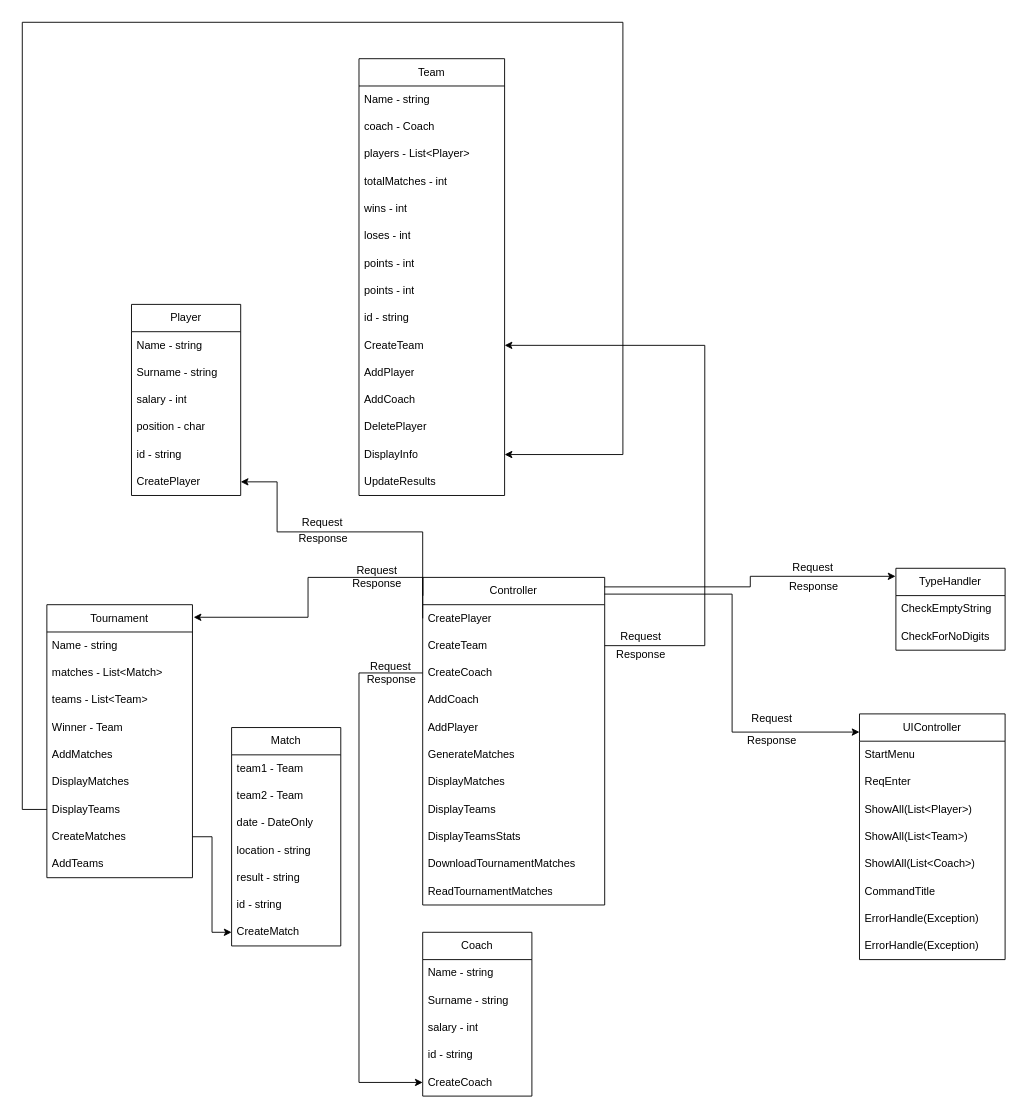
Before: HockeyTournament.drawio in GalichCZ/TournamentApp, a draw.io diagram. Source tidied: cells renumbered, new cells numbered last; positions are measured from the earlier drawing's top-left corner, leaving out a move shared by most shapes. Both pictures are drawn from the tidied source at 91%, with x=0, y=0 at pixel (22, 22).
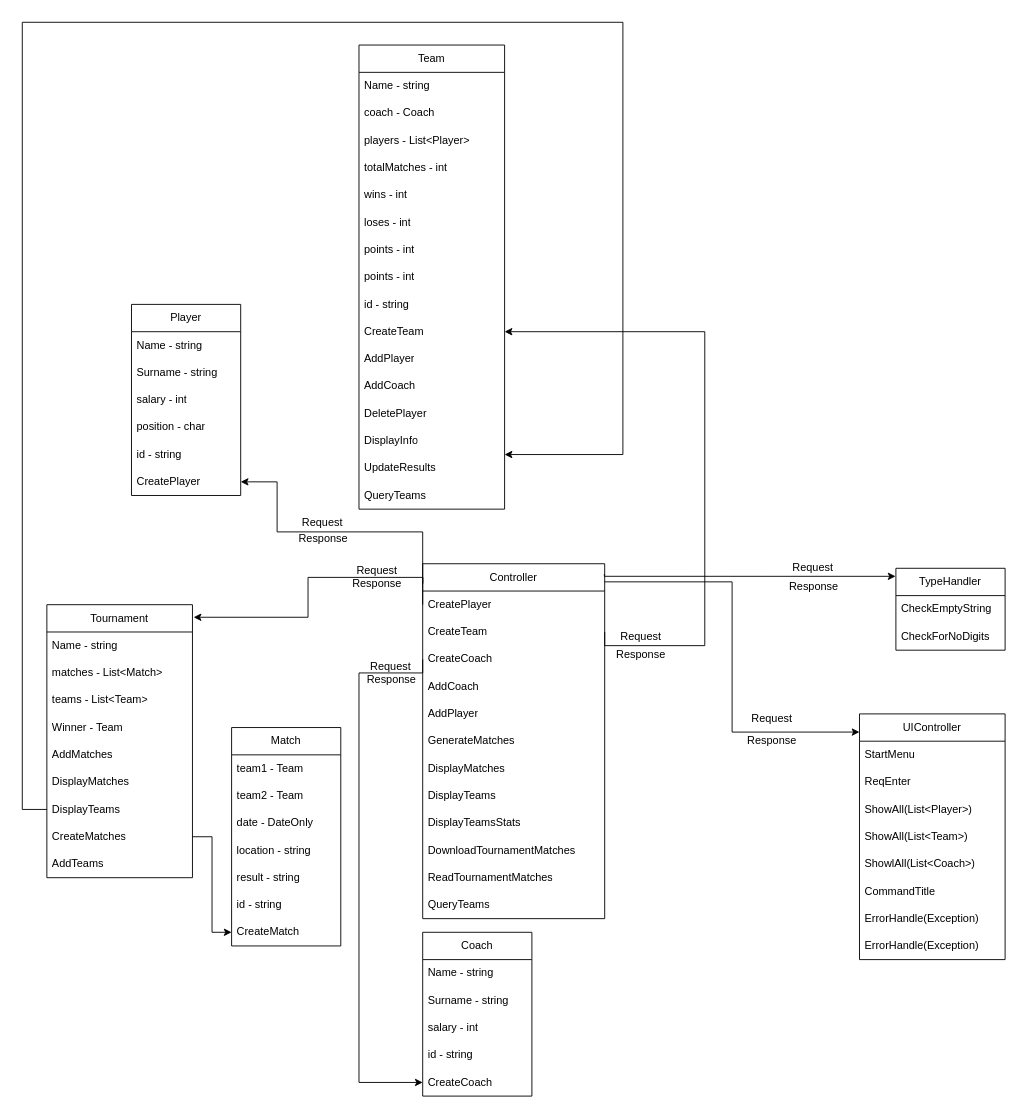
After the change.

Unchanged cells that the change refers to:
```xml
<mxCell id="4" value="CreateTeam" style="text;strokeColor=none;fillColor=none;align=left;verticalAlign=middle;spacingLeft=4;spacingRight=4;overflow=hidden;points=[[0,0.5],[1,0.5]];portConstraint=eastwest;whiteSpace=wrap;html=1;" parent="2" vertex="1">
  <mxGeometry y="60" width="200" height="30" as="geometry" />
</mxCell>
<mxCell id="49" value="CreateTeam" style="text;strokeColor=none;fillColor=none;align=left;verticalAlign=middle;spacingLeft=4;spacingRight=4;overflow=hidden;points=[[0,0.5],[1,0.5]];portConstraint=eastwest;whiteSpace=wrap;html=1;" parent="39" vertex="1">
  <mxGeometry y="300" width="160" height="30" as="geometry" />
</mxCell>
<mxCell id="61" value="TypeHandler" style="swimlane;fontStyle=0;horizontal=1;startSize=30;whiteSpace=wrap;html=1;" parent="1" vertex="1">
  <mxGeometry x="960" y="600" width="120" height="90" as="geometry" />
</mxCell>
```

Diff of the diagram source:
```diff
@@
     <mxCell id="2" value="Controller" style="swimlane;fontStyle=0;horizontal=1;startSize=30;whiteSpace=wrap;html=1;" parent="1" vertex="1">
-      <mxGeometry x="440" y="610" width="200" height="360" as="geometry" />
+      <mxGeometry x="440" y="595" width="200" height="390" as="geometry" />
     </mxCell>
@@
+    <mxCell id="93" value="QueryTeams" style="text;strokeColor=none;fillColor=none;align=left;verticalAlign=middle;spacingLeft=4;spacingRight=4;overflow=hidden;whiteSpace=wrap;html=1;" parent="2" vertex="1">
+      <mxGeometry y="360" width="200" height="30" as="geometry" />
+    </mxCell>
@@
     <mxCell id="39" value="Team" style="swimlane;fontStyle=0;horizontal=1;startSize=30;whiteSpace=wrap;html=1;" parent="1" vertex="1">
-      <mxGeometry x="370" y="40" width="160" height="480" as="geometry" />
+      <mxGeometry x="370" y="25" width="160" height="510" as="geometry" />
     </mxCell>
@@
+    <mxCell id="94" value="UpdateResults" style="text;strokeColor=none;fillColor=none;align=left;verticalAlign=middle;spacingLeft=4;spacingRight=4;overflow=hidden;whiteSpace=wrap;html=1;" parent="39" vertex="1">
+      <mxGeometry y="450" width="160" height="30" as="geometry" />
+    </mxCell>
-    <mxCell id="54" value="UpdateResults" style="text;strokeColor=none;fillColor=none;align=left;verticalAlign=middle;spacingLeft=4;spacingRight=4;overflow=hidden;whiteSpace=wrap;html=1;" parent="39" vertex="1">
-      <mxGeometry y="450" width="160" height="30" as="geometry" />
+    <mxCell id="54" value="QueryTeams" style="text;strokeColor=none;fillColor=none;align=left;verticalAlign=middle;spacingLeft=4;spacingRight=4;overflow=hidden;whiteSpace=wrap;html=1;" parent="39" vertex="1">
+      <mxGeometry y="480" width="160" height="30" as="geometry" />
     </mxCell>
@@
     <mxCell id="78" style="edgeStyle=orthogonalEdgeStyle;rounded=0;jettySize=auto;html=1;exitX=0.998;exitY=0.029;exitDx=0;exitDy=0;exitPerimeter=0;entryX=-0.003;entryY=0.098;entryDx=0;entryDy=0;entryPerimeter=0;" parent="1" edge="1" source="2" target="61">
-      <mxGeometry relative="1" as="geometry" />
+      <mxGeometry relative="1" as="geometry">
+        <Array as="points">
+          <mxPoint x="640" y="609" />
+        </Array>
+      </mxGeometry>
     </mxCell>
@@
     <mxCell id="80" style="edgeStyle=orthogonalEdgeStyle;rounded=0;jettySize=auto;html=1;exitX=1;exitY=0.5;exitDx=0;exitDy=0;entryX=1;entryY=0.5;entryDx=0;entryDy=0;" parent="1" edge="1" source="4" target="49">
       <mxGeometry relative="1" as="geometry">
         <Array as="points">
           <mxPoint x="750" y="685" />
-          <mxPoint x="750" y="355" />
+          <mxPoint x="750" y="340" />
         </Array>
       </mxGeometry>
     </mxCell>
```
